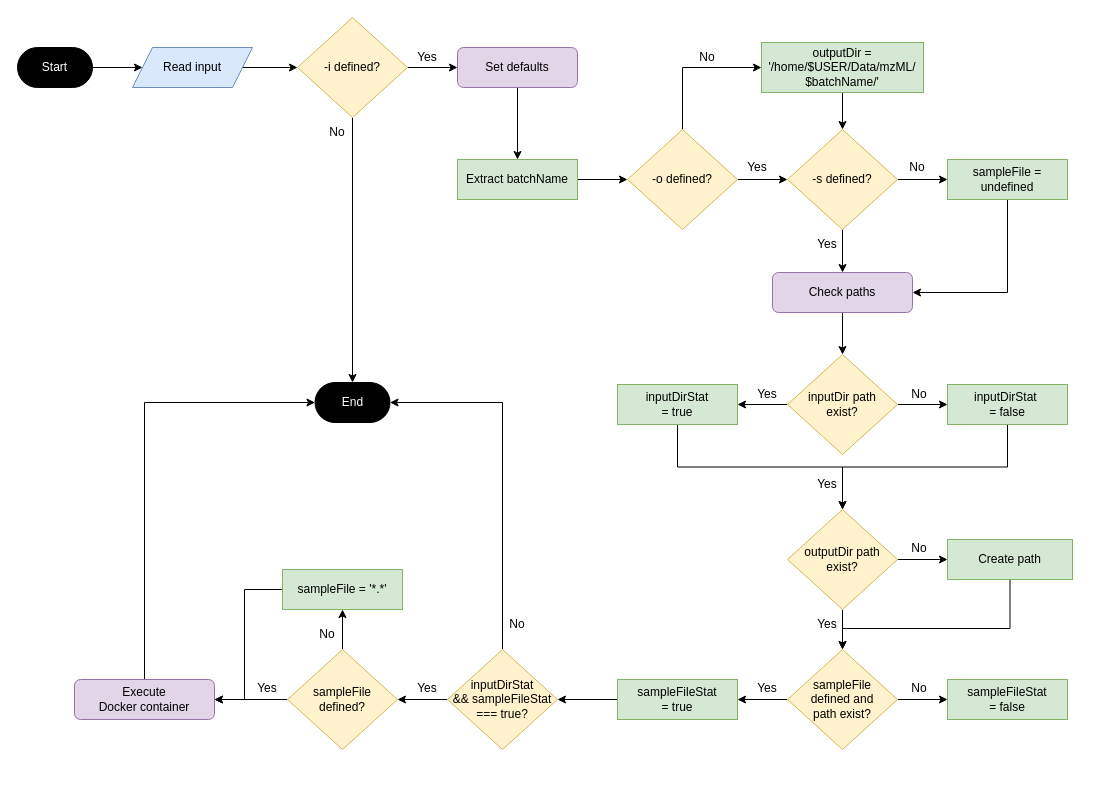
Earlier version of the draw.io diagram drawio/pwizConvert-flowchart.drawio (vimalnathnambiar/pwizConvert). Source tidied: cells renumbered, new cells numbered last; positions are measured from the earlier drawing's top-left corner, leaving out a move shared by most shapes. Both pictures are drawn from the tidied source at 100%, with x=0, y=0 at pixel (17, 17).
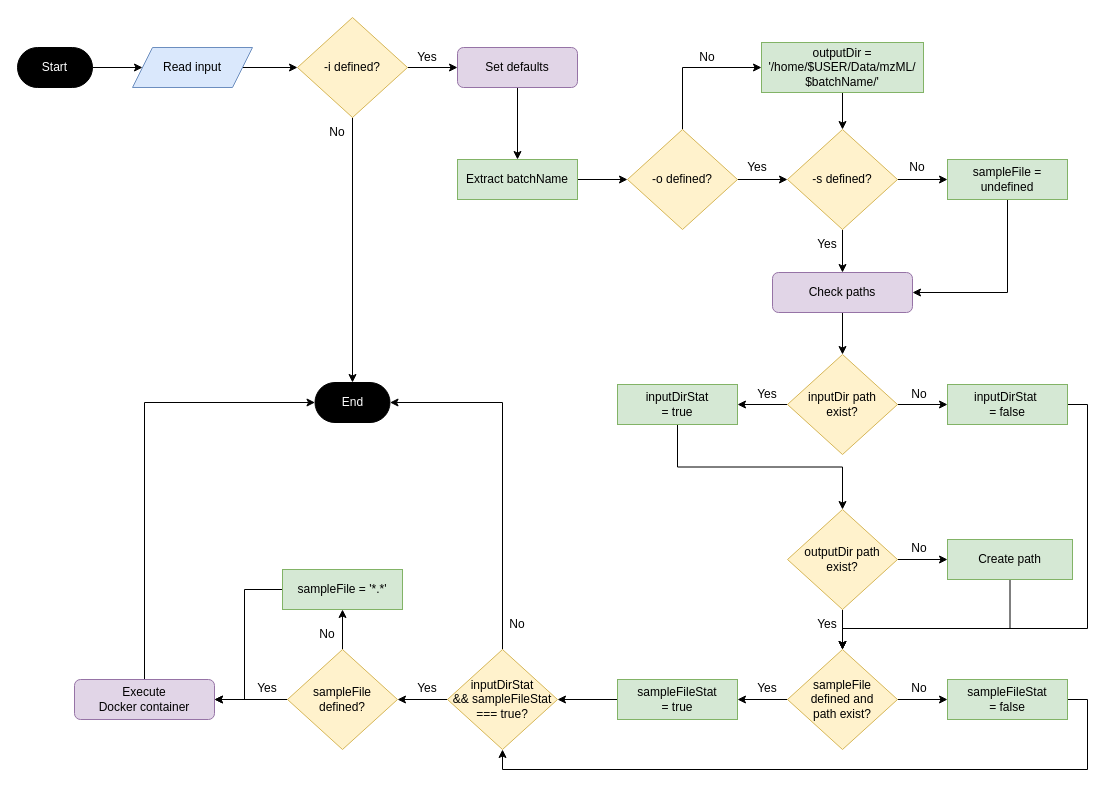
Above is the later version.

Unchanged cells that the change refers to:
```xml
<mxCell id="36" value="outputDir path &lt;br&gt;exist?" style="rhombus;whiteSpace=wrap;html=1;fillColor=#fff2cc;strokeColor=#d6b656;" parent="1" vertex="1">
  <mxGeometry x="770" y="492" width="110" height="100" as="geometry" />
</mxCell>
<mxCell id="38" value="inputDirStat&amp;nbsp;&lt;br&gt;= false" style="rounded=0;whiteSpace=wrap;html=1;fillColor=#d5e8d4;strokeColor=#82b366;" parent="1" vertex="1">
  <mxGeometry x="930" y="367" width="120" height="40" as="geometry" />
</mxCell>
<mxCell id="47" value="sampleFile&lt;br&gt;defined and &lt;br&gt;path exist?" style="rhombus;whiteSpace=wrap;html=1;fillColor=#fff2cc;strokeColor=#d6b656;" parent="1" vertex="1">
  <mxGeometry x="770" y="632" width="110" height="100" as="geometry" />
</mxCell>
<mxCell id="48" value="sampleFileStat&lt;br&gt;= false" style="rounded=0;whiteSpace=wrap;html=1;fillColor=#d5e8d4;strokeColor=#82b366;" parent="1" vertex="1">
  <mxGeometry x="930" y="662" width="120" height="40" as="geometry" />
</mxCell>
<mxCell id="55" value="inputDirStat &lt;br&gt;&amp;amp;&amp;amp; sampleFileStat === true?" style="rhombus;whiteSpace=wrap;html=1;fillColor=#fff2cc;strokeColor=#d6b656;" parent="1" vertex="1">
  <mxGeometry x="430" y="632" width="110" height="100" as="geometry" />
</mxCell>
```

The edit, as a diff of the source:
```diff
@@
-    <mxCell id="37" style="edgeStyle=orthogonalEdgeStyle;rounded=0;jettySize=auto;html=1;exitX=0.5;exitY=1;exitDx=0;exitDy=0;entryX=0.5;entryY=0;entryDx=0;entryDy=0;" parent="1" edge="1" source="38" target="36">
-      <mxGeometry relative="1" as="geometry" />
-    </mxCell>
+    <mxCell id="71" style="edgeStyle=orthogonalEdgeStyle;rounded=0;jettySize=auto;html=1;exitX=1;exitY=0.5;exitDx=0;exitDy=0;entryX=0.5;entryY=0;entryDx=0;entryDy=0;" parent="1" edge="1" source="38" target="47">
+      <mxGeometry relative="1" as="geometry">
+        <Array as="points">
+          <mxPoint x="1070" y="387" />
+          <mxPoint x="1070" y="611" />
+          <mxPoint x="825" y="611" />
+        </Array>
+      </mxGeometry>
+    </mxCell>
@@
+    <mxCell id="72" style="edgeStyle=orthogonalEdgeStyle;rounded=0;jettySize=auto;html=1;exitX=1;exitY=0.5;exitDx=0;exitDy=0;entryX=0.5;entryY=1;entryDx=0;entryDy=0;" parent="1" edge="1" source="48" target="55">
+      <mxGeometry relative="1" as="geometry" />
+    </mxCell>
@@
-    <mxCell id="51" value="Yes" style="text;html=1;strokeColor=none;fillColor=none;align=center;verticalAlign=middle;whiteSpace=wrap;rounded=0;" parent="1" vertex="1">
-      <mxGeometry x="780" y="452" width="60" height="30" as="geometry" />
-    </mxCell>
```
